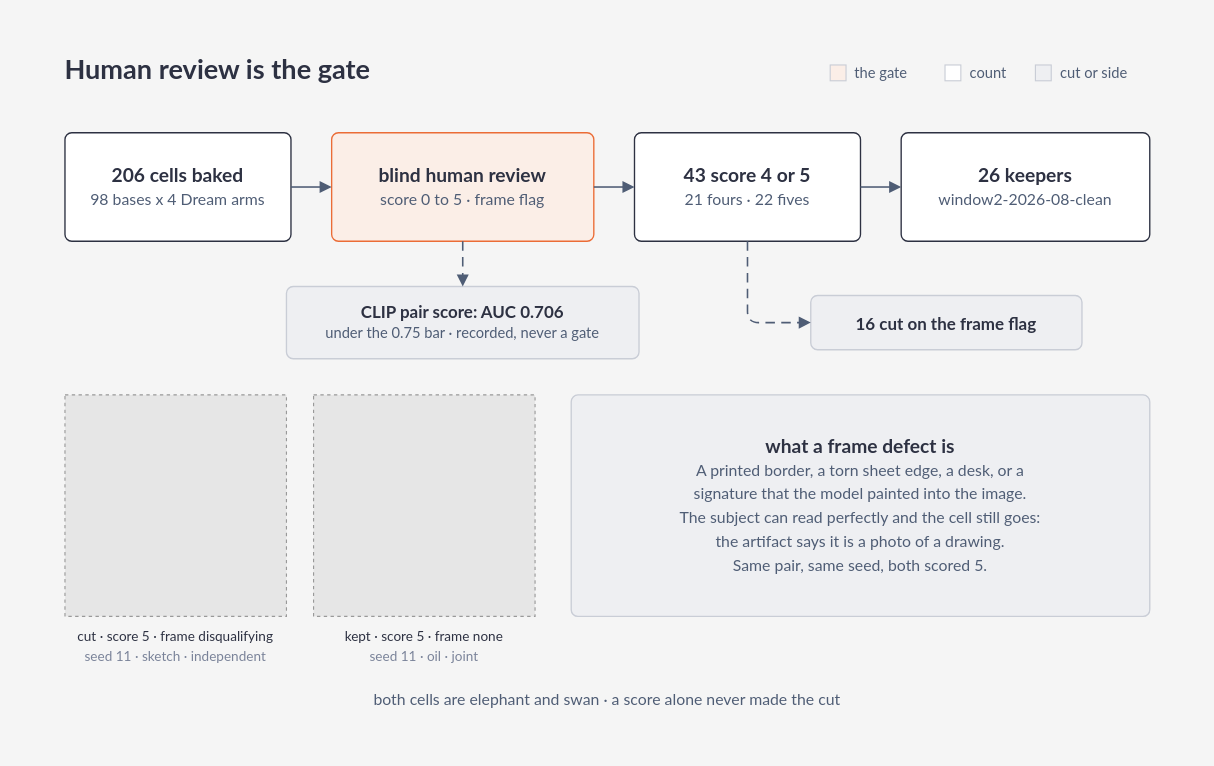
Portocolom-Studio/potocolom keeps this draw.io diagram as docs/figures/review.drawio. Above is the earlier version. Source tidied: cells renumbered, new cells numbered last; positions are measured from the earlier drawing's top-left corner, leaving out a move shared by most shapes. Both pictures are drawn from the tidied source at 113%, with x=0, y=0 at pixel (19, 19). Pictures stored in the file or linked from it are replaced by grey dashed boxes.
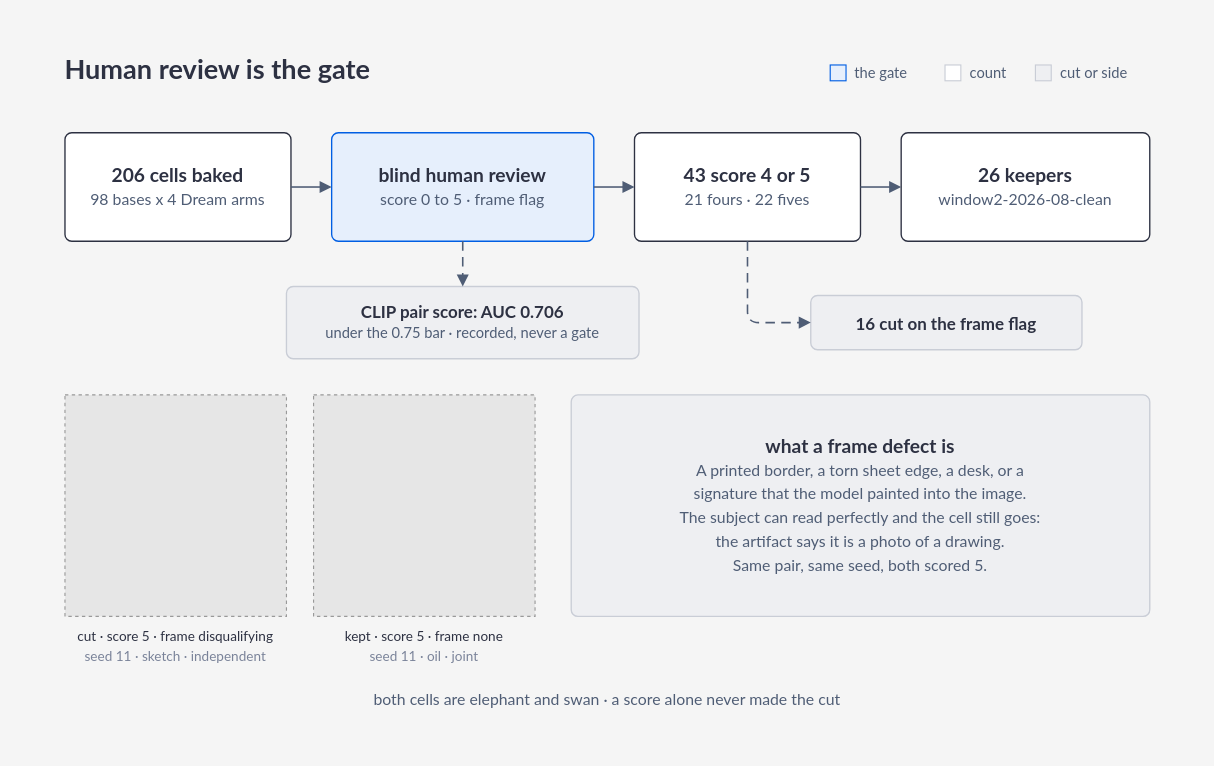
The same diagram, later.

What changed in the source:
```diff
@@
-    <mxCell id="8" style="rounded=0;absoluteArcSize=1;arcSize=12;whiteSpace=wrap;html=1;fillColor=#fbeee7;strokeColor=#c9cdd6;strokeWidth=1;fontFamily=Lato;fontSize=16;fontColor=#2d3142;fontStyle=1;align=center;verticalAlign=middle;spacing=10;" parent="1" vertex="1">
+    <mxCell id="8" style="rounded=0;absoluteArcSize=1;arcSize=12;whiteSpace=wrap;html=1;fillColor=#e6effc;strokeColor=#005ee3;strokeWidth=1;fontFamily=Lato;fontSize=16;fontColor=#2d3142;fontStyle=1;align=center;verticalAlign=middle;spacing=10;" parent="1" vertex="1">
       <mxGeometry x="717.2" y="40" width="14" height="14" as="geometry" />
     </mxCell>
@@
-    <mxCell id="11" value="&lt;b&gt;blind human review&lt;/b&gt;&lt;br&gt;&lt;span style=&quot;font-size:14px;font-weight:normal;color:#4f5d75;line-height:1.5&quot;&gt;score 0 to 5 · frame flag&lt;/span&gt;" style="rounded=1;absoluteArcSize=1;arcSize=12;whiteSpace=wrap;html=1;fillColor=#fbeee7;strokeColor=#eb6c36;strokeWidth=1.2;fontFamily=Lato;fontSize=17;fontColor=#2d3142;fontStyle=0;align=center;verticalAlign=middle;spacing=10;" parent="1" vertex="1">
+    <mxCell id="11" value="&lt;b&gt;blind human review&lt;/b&gt;&lt;br&gt;&lt;span style=&quot;font-size:14px;font-weight:normal;color:#4f5d75;line-height:1.5&quot;&gt;score 0 to 5 · frame flag&lt;/span&gt;" style="rounded=1;absoluteArcSize=1;arcSize=12;whiteSpace=wrap;html=1;fillColor=#e6effc;strokeColor=#005ee3;strokeWidth=1.2;fontFamily=Lato;fontSize=17;fontColor=#2d3142;fontStyle=0;align=center;verticalAlign=middle;spacing=10;" parent="1" vertex="1">
       <mxGeometry x="276" y="100" width="232" height="96" as="geometry" />
     </mxCell>
```
